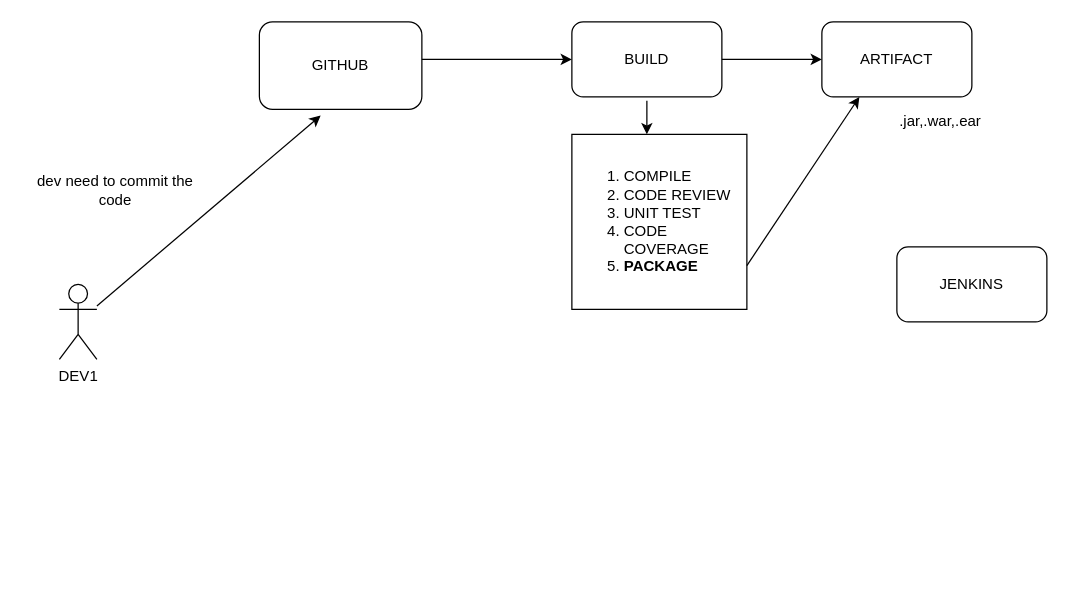
Above: jenkins7.drawio in ashisnishanka/JENKINS (draw.io), before the change. Source tidied: cells renumbered, new cells numbered last; positions are measured from the earlier drawing's top-left corner, leaving out a move shared by most shapes. Both pictures are drawn from the tidied source at 125%, with x=0, y=0 at pixel (21, 21).
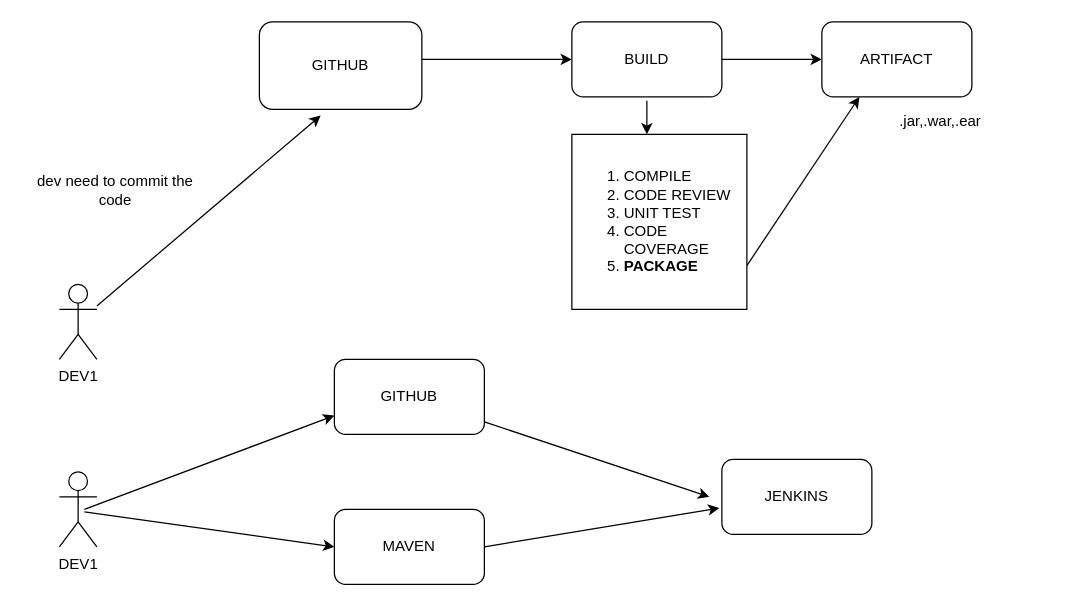
Above is the later version.

The edit, as a diff of the source:
```diff
@@
     <mxCell id="7" value="JENKINS" style="rounded=1;whiteSpace=wrap;html=1;" parent="1" vertex="1">
-      <mxGeometry x="700" y="180" width="120" height="60" as="geometry" />
+      <mxGeometry x="560" y="350" width="120" height="60" as="geometry" />
     </mxCell>
@@
+    <mxCell id="15" value="DEV1" style="shape=umlActor;verticalLabelPosition=bottom;verticalAlign=top;html=1;" parent="1" vertex="1">
+      <mxGeometry x="30" y="360" width="30" height="60" as="geometry" />
+    </mxCell>
+    <mxCell id="16" value="GITHUB" style="rounded=1;whiteSpace=wrap;html=1;" parent="1" vertex="1">
+      <mxGeometry x="250" y="270" width="120" height="60" as="geometry" />
+    </mxCell>
+    <mxCell id="17" value="MAVEN" style="rounded=1;whiteSpace=wrap;html=1;" parent="1" vertex="1">
+      <mxGeometry x="250" y="390" width="120" height="60" as="geometry" />
+    </mxCell>
+    <mxCell id="18" style="endArrow=classic;html=1;entryX=0;entryY=0.75;entryDx=0;entryDy=0;" parent="1" edge="1" target="16">
+      <mxGeometry relative="1" as="geometry">
+        <mxPoint x="50" y="390" as="sourcePoint" />
+      </mxGeometry>
+    </mxCell>
+    <mxCell id="19" style="endArrow=classic;html=1;entryX=0;entryY=0.5;entryDx=0;entryDy=0;" parent="1" edge="1" target="17">
+      <mxGeometry relative="1" as="geometry">
+        <mxPoint x="50" y="392" as="sourcePoint" />
+      </mxGeometry>
+    </mxCell>
+    <mxCell id="20" style="endArrow=classic;html=1;" parent="1" edge="1" source="16">
+      <mxGeometry relative="1" as="geometry">
+        <mxPoint x="550" y="380" as="targetPoint" />
+      </mxGeometry>
+    </mxCell>
+    <mxCell id="21" style="endArrow=classic;html=1;entryX=-0.017;entryY=0.65;entryDx=0;entryDy=0;entryPerimeter=0;exitX=1;exitY=0.5;exitDx=0;exitDy=0;" parent="1" edge="1" source="17" target="7">
+      <mxGeometry relative="1" as="geometry" />
+    </mxCell>
```
